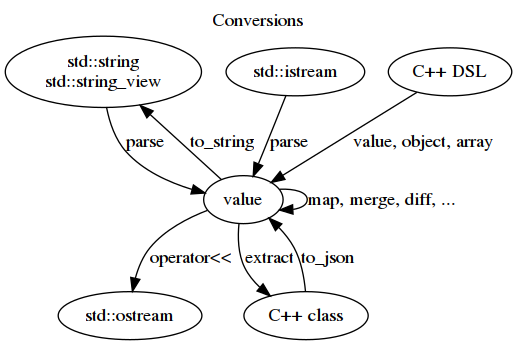
Above: doc/conversions.png in tgockel/json-voorhees (Graphviz), before the change. Its source is kept beside it as doc/conversions.dot.
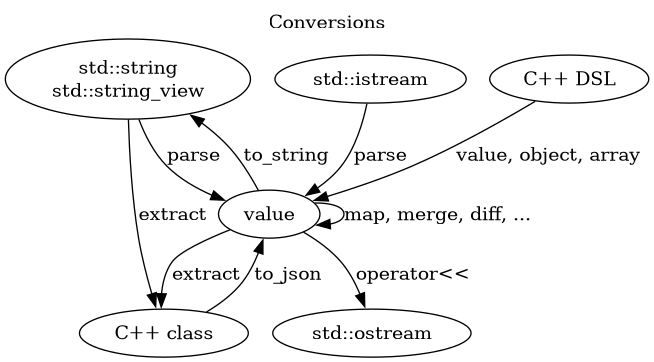
Above is the later version.

The edit, as a diff of the source:
```diff
@@ -14,6 +14,7 @@
   str     -> value   [label="parse", URL="\ref jsonv::parse"]
   istream -> value   [label="parse", URL="\ref jsonv::parse"]
   value   -> value   [label="map, merge, diff, ..."]
+  str     -> class   [label="extract", URL="\ref jsonv::extract"]
   value   -> class   [label="extract", URL="\ref jsonv::extract"]
   class   -> value   [label="to_json", URL="\ref jsonv::to_json"]
   dsl     -> value   [label="value, object, array"]
```
